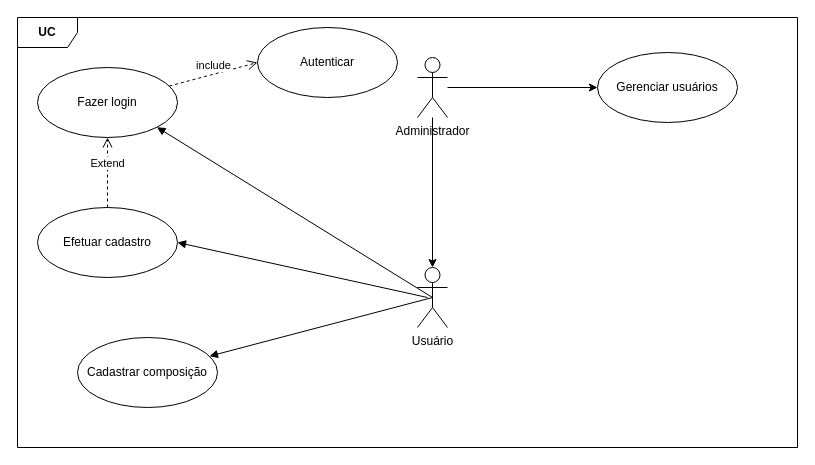
kaiohenricunha/UML keeps this draw.io diagram as use-case-musiverso.drawio. Above is the earlier version. Source tidied: cells renumbered, new cells numbered last; positions are measured from the earlier drawing's top-left corner, leaving out a move shared by most shapes. Both pictures are drawn from the tidied source at 100%, with x=0, y=0 at pixel (17, 17).
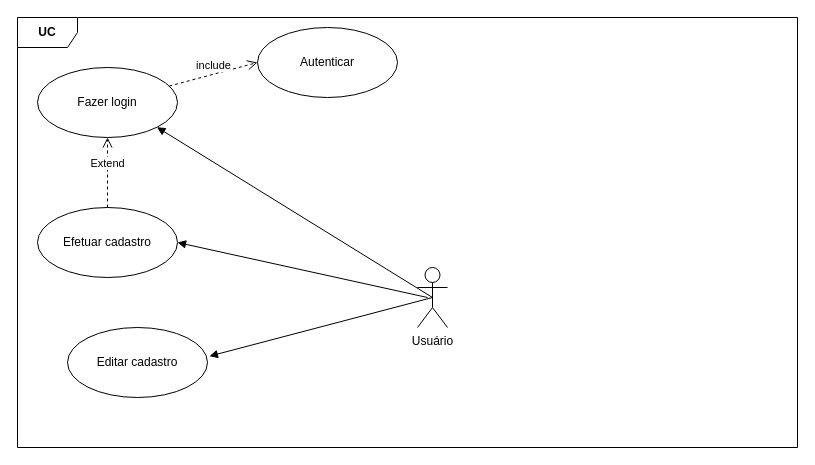
The same page after the edit.

What changed in the source:
```diff
@@
 <mxGraphModel>
   <root>
     <mxCell id="0" />
     <mxCell id="1" parent="0" />
     <mxCell id="2" value="&lt;b&gt;UC&lt;/b&gt;" style="shape=umlFrame;whiteSpace=wrap;html=1;" parent="1" vertex="1">
       <mxGeometry width="780" height="430" as="geometry" />
     </mxCell>
-    <mxCell id="3" style="edgeStyle=orthogonalEdgeStyle;rounded=0;jettySize=auto;html=1;" parent="1" edge="1" source="5" target="6">
-      <mxGeometry relative="1" as="geometry" />
-    </mxCell>
-    <mxCell id="4" style="edgeStyle=orthogonalEdgeStyle;rounded=0;jettySize=auto;html=1;entryX=0;entryY=0.5;entryDx=0;entryDy=0;" parent="1" edge="1" source="5" target="12">
-      <mxGeometry relative="1" as="geometry" />
-    </mxCell>
-    <mxCell id="5" value="Administrador&lt;br&gt;" style="shape=umlActor;verticalLabelPosition=bottom;verticalAlign=top;html=1;" parent="1" vertex="1">
-      <mxGeometry x="400" y="40" width="30" height="60" as="geometry" />
-    </mxCell>
     <mxCell id="6" value="Usuário" style="shape=umlActor;verticalLabelPosition=bottom;verticalAlign=top;html=1;" parent="1" vertex="1">
       <mxGeometry x="400" y="250" width="30" height="60" as="geometry" />
     </mxCell>
     <mxCell id="7" value="Fazer login" style="ellipse;whiteSpace=wrap;html=1;" parent="1" vertex="1">
       <mxGeometry x="20" y="50" width="140" height="70" as="geometry" />
     </mxCell>
     <mxCell id="8" value="Autenticar" style="ellipse;whiteSpace=wrap;html=1;" parent="1" vertex="1">
       <mxGeometry x="240" y="10" width="140" height="70" as="geometry" />
     </mxCell>
     <mxCell id="9" value="include" style="html=1;verticalAlign=bottom;endArrow=open;dashed=1;endSize=8;entryX=0;entryY=0.5;entryDx=0;entryDy=0;" parent="1" edge="1" source="7" target="8">
       <mxGeometry relative="1" as="geometry" />
     </mxCell>
     <mxCell id="10" value="Efetuar cadastro" style="ellipse;whiteSpace=wrap;html=1;" parent="1" vertex="1">
       <mxGeometry x="20" y="190" width="140" height="70" as="geometry" />
     </mxCell>
-    <mxCell id="11" value="Cadastrar composição" style="ellipse;whiteSpace=wrap;html=1;" parent="1" vertex="1">
-      <mxGeometry x="60" y="320" width="140" height="70" as="geometry" />
-    </mxCell>
-    <mxCell id="12" value="Gerenciar usuários" style="ellipse;whiteSpace=wrap;html=1;" parent="1" vertex="1">
-      <mxGeometry x="580" y="35" width="140" height="70" as="geometry" />
-    </mxCell>
     <mxCell id="13" style="html=1;verticalAlign=bottom;endArrow=block;entryX=1;entryY=1;entryDx=0;entryDy=0;exitX=0.5;exitY=0.5;exitDx=0;exitDy=0;exitPerimeter=0;" parent="1" edge="1" source="6" target="7">
       <mxGeometry relative="1" as="geometry" />
     </mxCell>
     <mxCell id="14" style="html=1;verticalAlign=bottom;endArrow=block;entryX=1;entryY=0.5;entryDx=0;entryDy=0;exitX=0;exitY=0.3333333333333333;exitDx=0;exitDy=0;exitPerimeter=0;" parent="1" edge="1" target="10">
       <mxGeometry relative="1" as="geometry">
         <mxPoint x="410" y="280" as="sourcePoint" />
       </mxGeometry>
     </mxCell>
-    <mxCell id="15" style="html=1;verticalAlign=bottom;endArrow=block;exitX=0.5;exitY=0.5;exitDx=0;exitDy=0;exitPerimeter=0;" parent="1" edge="1" source="6" target="11">
-      <mxGeometry relative="1" as="geometry" />
+    <mxCell id="15" style="html=1;verticalAlign=bottom;endArrow=block;exitX=0.5;exitY=0.5;exitDx=0;exitDy=0;exitPerimeter=0;" parent="1" edge="1" source="6">
+      <mxGeometry relative="1" as="geometry">
+        <mxPoint x="191.9" y="338.7" as="targetPoint" />
+      </mxGeometry>
     </mxCell>
     <mxCell id="16" value="Extend" style="html=1;verticalAlign=bottom;endArrow=open;dashed=1;endSize=8;entryX=0.5;entryY=1;entryDx=0;entryDy=0;exitX=0.5;exitY=0;exitDx=0;exitDy=0;" parent="1" edge="1" source="10" target="7">
       <mxGeometry relative="1" as="geometry" />
     </mxCell>
+    <mxCell id="17" value="Editar cadastro" style="ellipse;whiteSpace=wrap;html=1;" parent="1" vertex="1">
+      <mxGeometry x="50" y="310" width="140" height="70" as="geometry" />
+    </mxCell>
   </root>
 </mxGraphModel>
```
